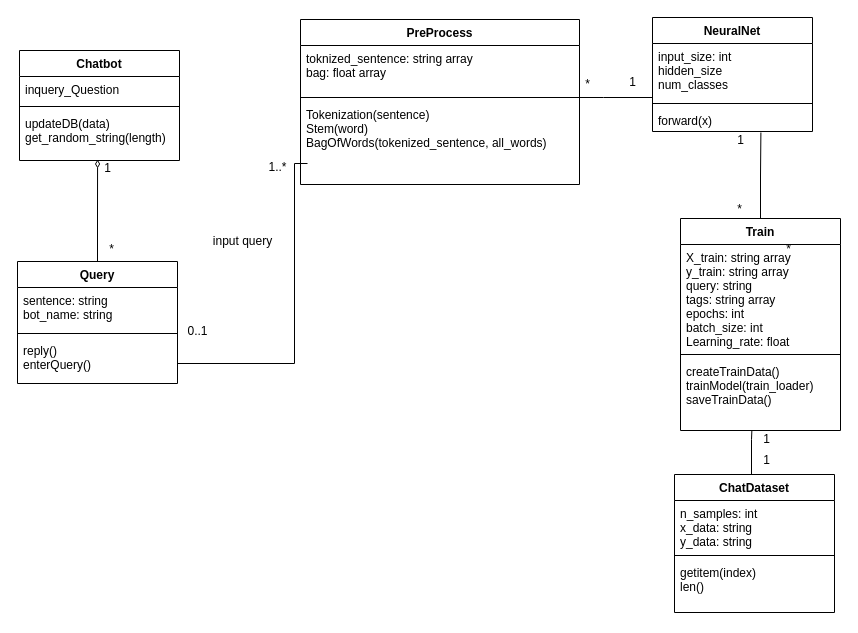
HaseebSheikh417/FYP-Chatbot keeps this draw.io diagram as class diagram.drawio. Above is the earlier version. Source tidied: cells renumbered, new cells numbered last; positions are measured from the earlier drawing's top-left corner, leaving out a move shared by most shapes. Both pictures are drawn from the tidied source at 100%, with x=0, y=0 at pixel (17, 17).
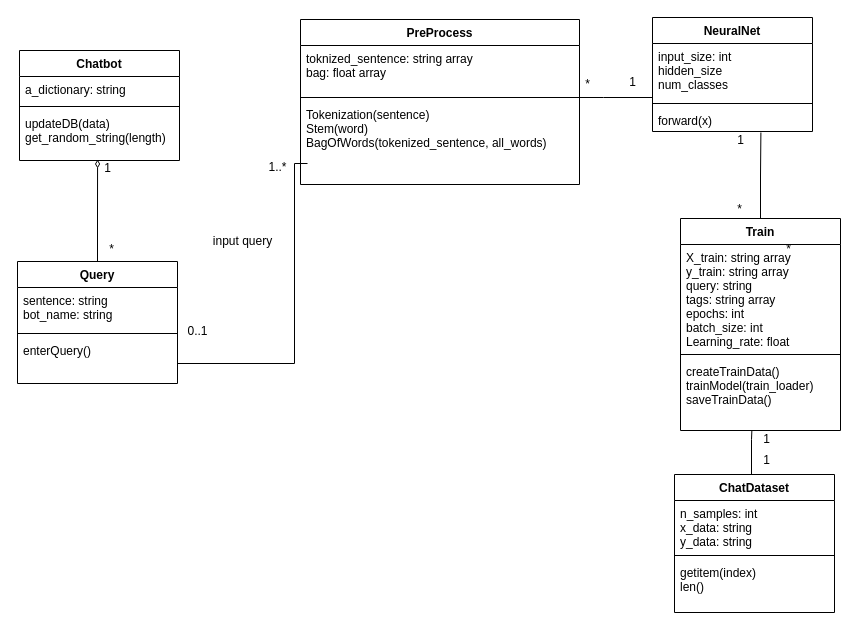
Above is the later version.

Unchanged cells that the change refers to:
```xml
<mxCell id="3" value="Query" style="swimlane;fontStyle=1;align=center;verticalAlign=top;horizontal=1;startSize=26;" parent="1" vertex="1">
  <mxGeometry y="244" width="160" height="122" as="geometry" />
</mxCell>
<mxCell id="11" value="Chatbot" style="swimlane;fontStyle=1;align=center;verticalAlign=top;horizontal=1;startSize=26;" parent="1" vertex="1">
  <mxGeometry x="2" y="33" width="160" height="110" as="geometry" />
</mxCell>
```

The edit, as a diff of the source:
```diff
@@
-    <mxCell id="6" value="reply()&#10;enterQuery()" style="text;strokeColor=none;fillColor=none;align=left;verticalAlign=top;spacingLeft=4;spacingRight=4;overflow=hidden;points=[[0,0.5],[1,0.5]];portConstraint=eastwest;" parent="3" vertex="1">
+    <mxCell id="6" value="enterQuery()" style="text;strokeColor=none;fillColor=none;align=left;verticalAlign=top;spacingLeft=4;spacingRight=4;overflow=hidden;points=[[0,0.5],[1,0.5]];portConstraint=eastwest;" parent="3" vertex="1">
       <mxGeometry y="76" width="160" height="46" as="geometry" />
     </mxCell>
@@
-    <mxCell id="12" value="inquery_Question&#10;&#10;" style="text;strokeColor=none;fillColor=none;align=left;verticalAlign=top;spacingLeft=4;spacingRight=4;overflow=hidden;strokeWidth=20;" parent="11" vertex="1">
+    <mxCell id="12" value="a_dictionary: string" style="text;strokeColor=none;fillColor=none;align=left;verticalAlign=top;spacingLeft=4;spacingRight=4;overflow=hidden;strokeWidth=20;" parent="11" vertex="1">
       <mxGeometry y="26" width="160" height="26" as="geometry" />
     </mxCell>
```
